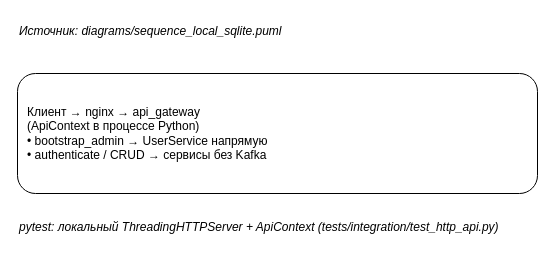
The draw.io diagram page "2. Последовательность (sqlite)" (2 of 4) of systems/uas_dev_company/docs/uas_dev_company_diagrams.drawio in sergeysobolev-spbu/sbd-drones-economics, before the edit. Source tidied: cells renumbered, new cells numbered last; positions are measured from the earlier drawing's top-left corner, leaving out a move shared by most shapes. Both pictures are drawn from the tidied source at 100%, with x=0, y=0 at pixel (17, 17).
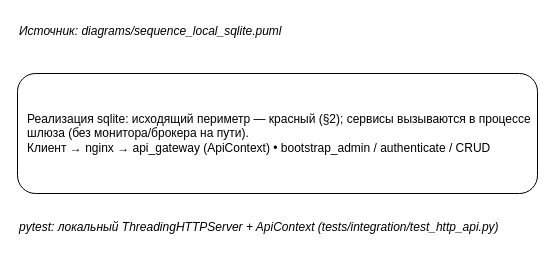
Above is the later version.

Change to the diagram source:
```diff
@@
 <mxGraphModel>
   <root>
     <mxCell id="0" />
     <mxCell id="1" parent="0" />
     <mxCell id="2" value="Источник: diagrams/sequence_local_sqlite.puml" style="text;html=1;fontStyle=2;" parent="1" vertex="1">
       <mxGeometry width="420" height="30" as="geometry" />
     </mxCell>
-    <mxCell id="3" value="Клиент → nginx → api_gateway&#10;(ApiContext в процессе Python)&#10;• bootstrap_admin → UserService напрямую&#10;• authenticate / CRUD → сервисы без Kafka" style="rounded=1;whiteSpace=wrap;html=1;align=left;spacingLeft=8;" parent="1" vertex="1">
+    <mxCell id="3" value="Реализация sqlite: исходящий периметр — красный (§2); сервисы вызываются в процессе шлюза (без монитора/брокера на пути).&#10;Клиент → nginx → api_gateway (ApiContext) • bootstrap_admin / authenticate / CRUD" style="rounded=1;whiteSpace=wrap;html=1;align=left;spacingLeft=8;" parent="1" vertex="1">
       <mxGeometry y="56" width="520" height="120" as="geometry" />
     </mxCell>
     <mxCell id="4" value="pytest: локальный ThreadingHTTPServer + ApiContext (tests/integration/test_http_api.py)" style="text;html=1;align=left;fontStyle=2;" parent="1" vertex="1">
       <mxGeometry y="196" width="520" height="40" as="geometry" />
     </mxCell>
   </root>
 </mxGraphModel>
```
